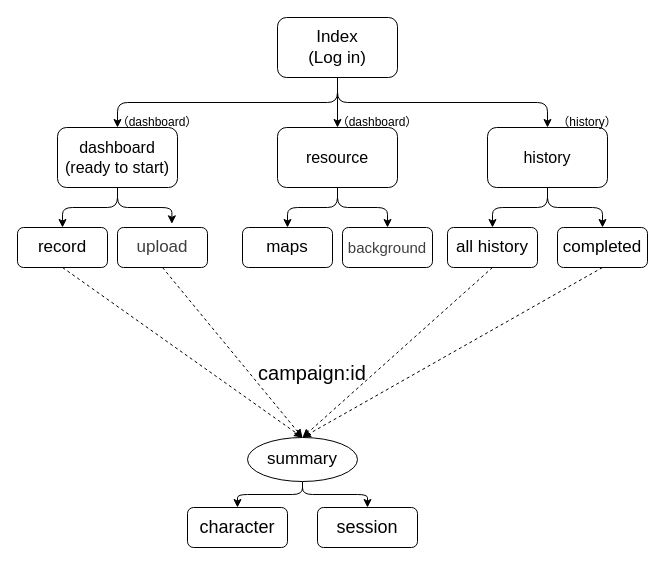
Above: route.drawio in ROSE16111/AI-Dungeon-Master-Memory-Engine (draw.io), before the change. Source tidied: cells renumbered, new cells numbered last; positions are measured from the earlier drawing's top-left corner, leaving out a move shared by most shapes. Both pictures are drawn from the tidied source at 100%, with x=0, y=0 at pixel (17, 17).
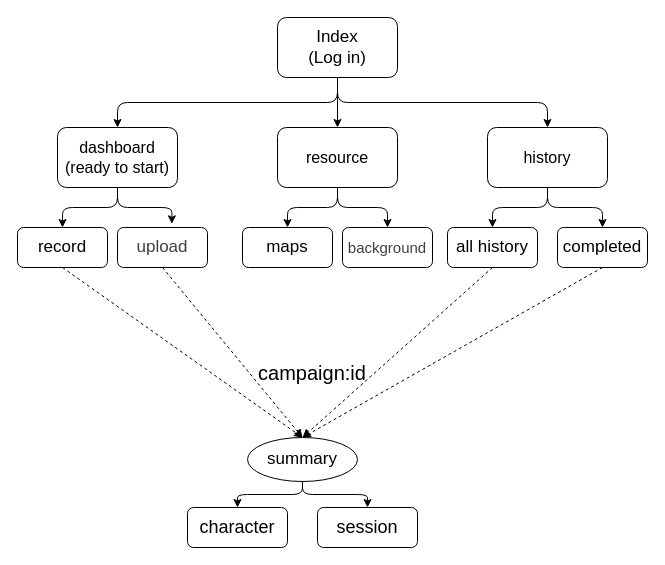
The same diagram, later.

Change to the diagram source:
```diff
@@
-    <mxCell id="30" value="（dashboard）" style="text;strokeColor=none;align=center;fillColor=none;html=1;verticalAlign=middle;whiteSpace=wrap;rounded=0;" parent="1" vertex="1">
-      <mxGeometry x="110" y="90" width="60" height="30" as="geometry" />
-    </mxCell>
-    <mxCell id="31" value="（dashboard）" style="text;strokeColor=none;align=center;fillColor=none;html=1;verticalAlign=middle;whiteSpace=wrap;rounded=0;" parent="1" vertex="1">
-      <mxGeometry x="330" y="90" width="60" height="30" as="geometry" />
-    </mxCell>
-    <mxCell id="32" value="（history）" style="text;strokeColor=none;align=center;fillColor=none;html=1;verticalAlign=middle;whiteSpace=wrap;rounded=0;" parent="1" vertex="1">
-      <mxGeometry x="540" y="90" width="60" height="30" as="geometry" />
-    </mxCell>
```
